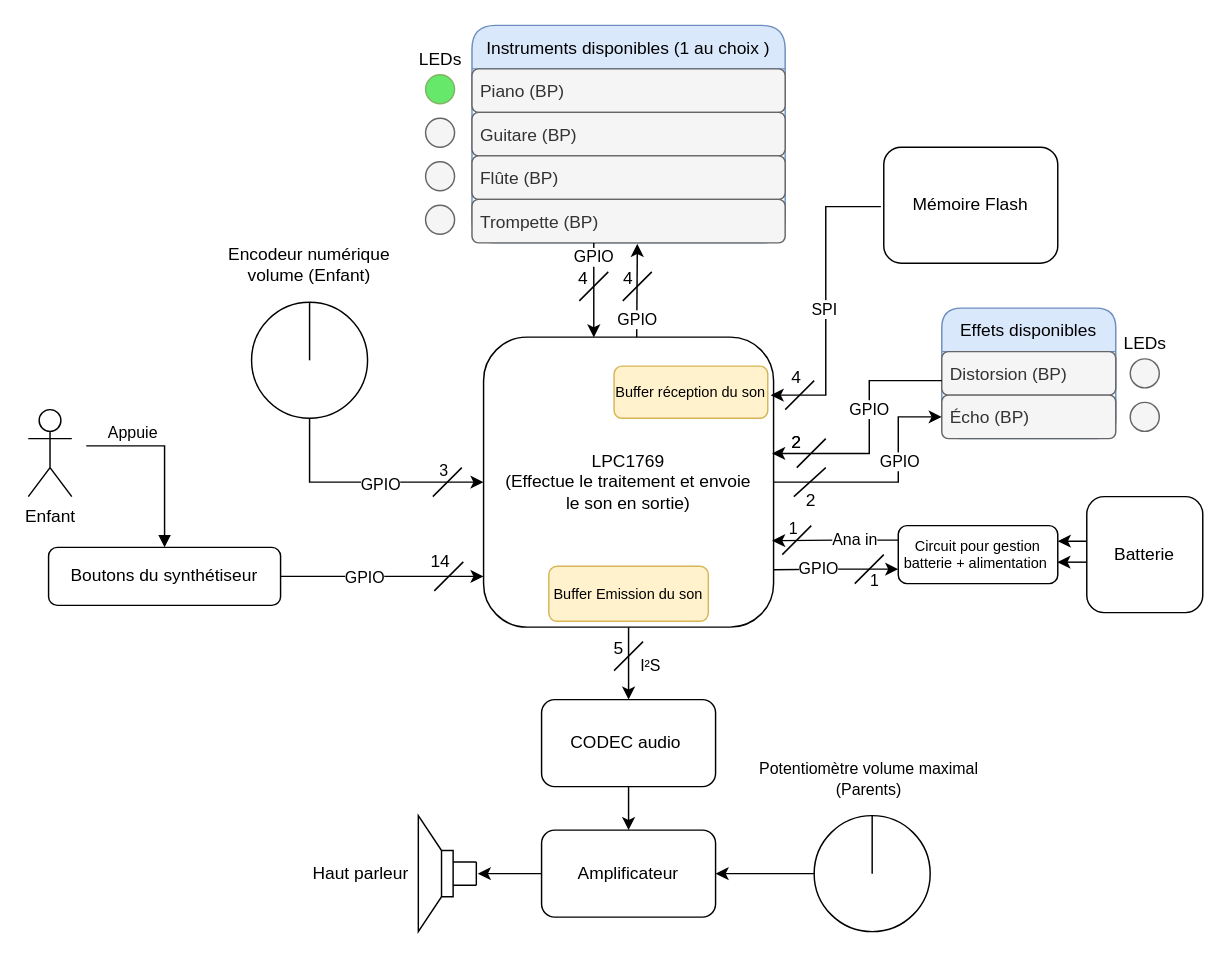
This is Schemas/Schema_fonctionnel.drawio from Ithoh/ProjetSynthe, a draw.io file, before an edit. Source tidied: cells renumbered, new cells numbered last; positions are measured from the earlier drawing's top-left corner, leaving out a move shared by most shapes. Both pictures are drawn from the tidied source at 145%, with x=0, y=0 at pixel (28, 25).
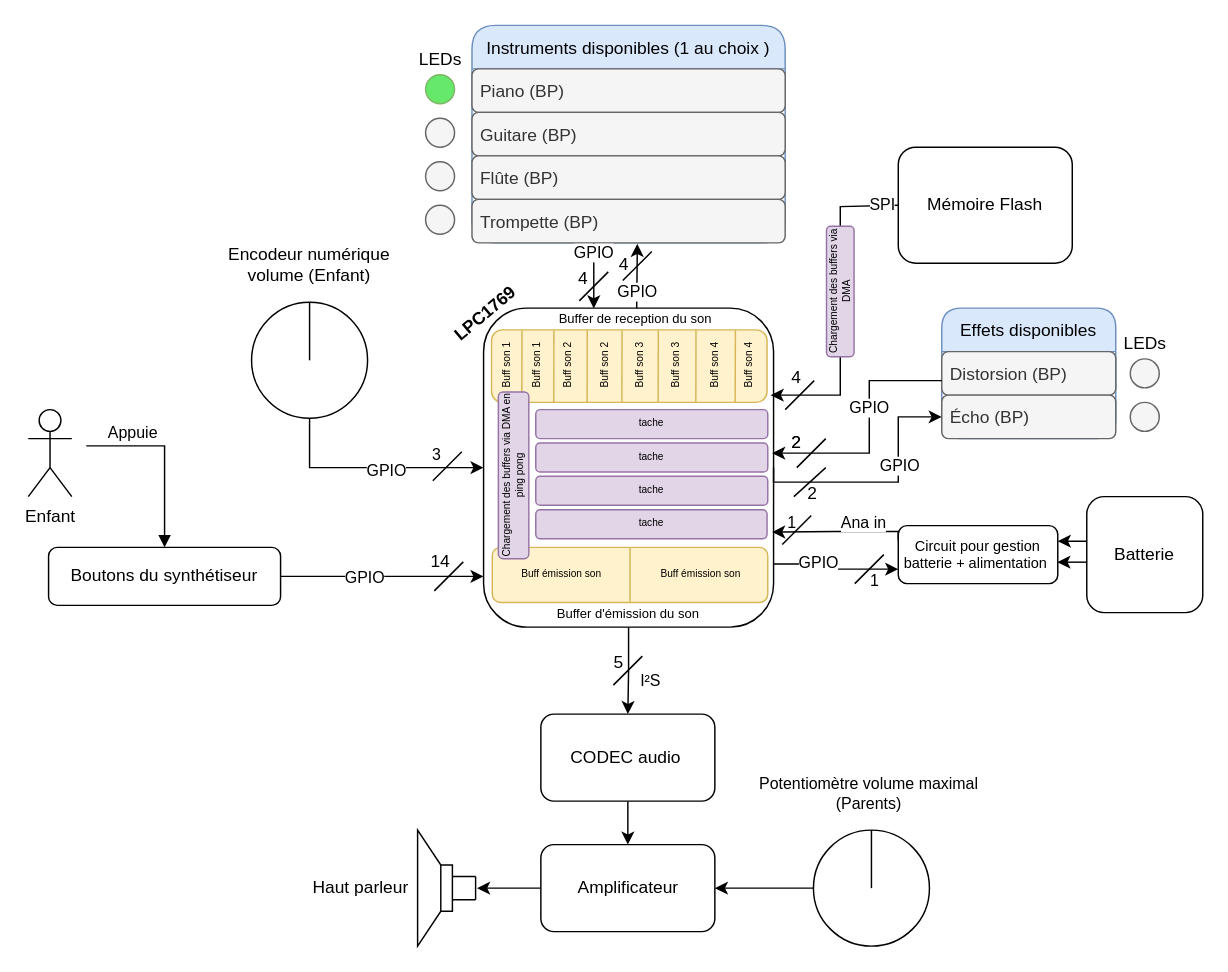
The same diagram, later.

The change refers to these unchanged cells:
```xml
<mxCell id="22" value="Distorsion (BP)" style="text;strokeColor=#666666;fillColor=#f5f5f5;align=left;verticalAlign=middle;spacingLeft=4;spacingRight=4;overflow=hidden;points=[[0,0.5],[1,0.5]];portConstraint=eastwest;rounded=1;fontColor=#333333;" parent="21" vertex="1">
  <mxGeometry y="30" width="120" height="30" as="geometry" />
</mxCell>
<mxCell id="36" style="endArrow=classic;html=1;rounded=0;exitX=0.528;exitY=0;exitDx=0;exitDy=0;exitPerimeter=0;entryX=0.528;entryY=1.022;entryDx=0;entryDy=0;entryPerimeter=0;" parent="1" edge="1" source="11" target="16">
  <mxGeometry relative="1" as="geometry" />
</mxCell>
<mxCell id="70" value="&lt;font size=&quot;1&quot;&gt;Circuit pour gestion batterie + alimentation&amp;nbsp;&lt;/font&gt;" style="rounded=1;whiteSpace=wrap;html=1;fontSize=6;" parent="1" vertex="1">
  <mxGeometry x="600" y="345" width="110" height="40" as="geometry" />
</mxCell>
```

The edit, as a diff of the source:
```diff
@@
     <mxCell id="3" style="ellipse;whiteSpace=wrap;html=1;fontSize=11;fillColor=none;" parent="1" vertex="1">
-      <mxGeometry x="542" y="545" width="80" height="80" as="geometry" />
+      <mxGeometry x="541.5" y="555" width="80" height="80" as="geometry" />
     </mxCell>
@@
-    <mxCell id="11" value="LPC1769&lt;br&gt;(Effectue le traitement et envoie&lt;br&gt;le son en sortie)" style="rounded=1;whiteSpace=wrap;html=1;align=center;" parent="1" vertex="1">
-      <mxGeometry x="314" y="215" width="200" height="200" as="geometry" />
+    <mxCell id="11" style="rounded=1;whiteSpace=wrap;html=1;align=center;" parent="1" vertex="1">
+      <mxGeometry x="314" y="195" width="200" height="220" as="geometry" />
     </mxCell>
@@
     <mxCell id="31" style="verticalLabelPosition=bottom;shadow=0;dashed=0;align=center;html=1;verticalAlign=top;shape=mxgraph.electrical.electro-mechanical.loudspeaker;rounded=1;sketch=0;rotation=0;direction=west;" parent="1" vertex="1">
-      <mxGeometry x="269" y="545" width="40" height="80" as="geometry" />
+      <mxGeometry x="268.5" y="555" width="40" height="80" as="geometry" />
     </mxCell>
@@
     <mxCell id="37" value="GPIO" style="edgeLabel;html=1;align=center;verticalAlign=middle;" parent="36" vertex="1">
-      <mxGeometry x="-0.6" relative="1" as="geometry" />
+      <mxGeometry x="-0.6" relative="1" as="geometry">
+        <mxPoint y="-3" as="offset" />
+      </mxGeometry>
     </mxCell>
     <mxCell id="38" style="endArrow=none;html=1;rounded=0;" parent="1" edge="1">
       <mxGeometry relative="1" as="geometry">
-        <mxPoint x="410" y="190" as="sourcePoint" />
-        <mxPoint x="430" y="170" as="targetPoint" />
+        <mxPoint x="410" y="176" as="sourcePoint" />
+        <mxPoint x="430" y="156" as="targetPoint" />
       </mxGeometry>
     </mxCell>
@@
-    <mxCell id="41" style="edgeStyle=orthogonalEdgeStyle;rounded=0;jettySize=auto;html=1;entryX=0.995;entryY=0.401;entryDx=0;entryDy=0;entryPerimeter=0;" parent="1" edge="1" source="22" target="11">
+    <mxCell id="41" style="edgeStyle=orthogonalEdgeStyle;rounded=0;jettySize=auto;html=1;" parent="1" edge="1" source="22">
       <mxGeometry relative="1" as="geometry">
+        <mxPoint x="513" y="295" as="targetPoint" />
         <Array as="points">
           <mxPoint x="580" y="245" />
           <mxPoint x="580" y="295" />
         </Array>
       </mxGeometry>
     </mxCell>
@@
     <mxCell id="47" value="4" style="text;html=1;strokeColor=none;fillColor=none;align=center;verticalAlign=middle;whiteSpace=wrap;rounded=0;" parent="1" vertex="1">
-      <mxGeometry x="411" y="170" width="6" height="10" as="geometry" />
+      <mxGeometry x="408" y="160" width="6" height="10" as="geometry" />
     </mxCell>
@@
     <mxCell id="50" value="2" style="text;html=1;strokeColor=none;fillColor=none;align=center;verticalAlign=middle;whiteSpace=wrap;rounded=0;" parent="1" vertex="1">
-      <mxGeometry x="532" y="320" width="16" height="15" as="geometry" />
+      <mxGeometry x="533" y="315" width="16" height="15" as="geometry" />
     </mxCell>
@@
     <mxCell id="54" value="CODEC audio&amp;nbsp;" style="rounded=1;whiteSpace=wrap;html=1;" parent="1" vertex="1">
-      <mxGeometry x="354" y="465" width="120" height="60" as="geometry" />
+      <mxGeometry x="353.5" y="475" width="120" height="60" as="geometry" />
     </mxCell>
     <mxCell id="55" style="edgeStyle=orthogonalEdgeStyle;rounded=0;jettySize=auto;html=1;startArrow=none;startFill=0;endArrow=classic;endFill=1;" parent="1" edge="1" source="56">
       <mxGeometry relative="1" as="geometry">
-        <mxPoint x="310" y="585" as="targetPoint" />
+        <mxPoint x="309.5" y="595" as="targetPoint" />
       </mxGeometry>
     </mxCell>
     <mxCell id="56" value="Amplificateur" style="rounded=1;whiteSpace=wrap;html=1;" parent="1" vertex="1">
-      <mxGeometry x="354" y="555" width="120" height="60" as="geometry" />
+      <mxGeometry x="353.5" y="565" width="120" height="60" as="geometry" />
     </mxCell>
     <mxCell id="57" value="Haut parleur" style="text;html=1;align=center;verticalAlign=middle;strokeColor=none;fillColor=none;" parent="1" vertex="1">
-      <mxGeometry x="189" y="575" width="80" height="20" as="geometry" />
+      <mxGeometry x="188.5" y="585" width="80" height="20" as="geometry" />
     </mxCell>
     <mxCell id="58" style="endArrow=none;html=1;rounded=0;" parent="1" edge="1">
       <mxGeometry relative="1" as="geometry">
-        <mxPoint x="404" y="445" as="sourcePoint" />
-        <mxPoint x="424" y="425" as="targetPoint" />
+        <mxPoint x="403.5" y="455" as="sourcePoint" />
+        <mxPoint x="423.5" y="435" as="targetPoint" />
       </mxGeometry>
     </mxCell>
     <mxCell id="59" value="5" style="text;html=1;strokeColor=none;fillColor=none;align=center;verticalAlign=middle;whiteSpace=wrap;rounded=0;" parent="1" vertex="1">
-      <mxGeometry x="404" y="425" width="7" height="10" as="geometry" />
+      <mxGeometry x="403.5" y="435" width="7" height="10" as="geometry" />
     </mxCell>
-    <mxCell id="60" style="edgeStyle=orthogonalEdgeStyle;rounded=0;orthogonalLoop=1;jettySize=auto;html=1;" parent="1" edge="1">
+    <mxCell id="60" style="edgeStyle=orthogonalEdgeStyle;rounded=0;jettySize=auto;html=1;exitX=0;exitY=0.5;exitDx=0;exitDy=0;" parent="1" edge="1" source="62">
       <mxGeometry relative="1" as="geometry">
-        <mxPoint x="588" y="125" as="sourcePoint" />
         <mxPoint x="512" y="255" as="targetPoint" />
         <Array as="points">
-          <mxPoint x="550" y="125" />
-          <mxPoint x="550" y="255" />
-          <mxPoint x="512" y="255" />
+          <mxPoint x="560" y="125" />
+          <mxPoint x="560" y="255" />
         </Array>
       </mxGeometry>
     </mxCell>
     <mxCell id="61" value="SPI" style="edgeLabel;html=1;align=center;verticalAlign=middle;" parent="60" vertex="1">
       <mxGeometry x="0.11" y="3" relative="1" as="geometry">
-        <mxPoint x="-5" y="-6" as="offset" />
+        <mxPoint x="25" y="-82" as="offset" />
       </mxGeometry>
     </mxCell>
     <mxCell id="62" value="Mémoire Flash" style="rounded=1;whiteSpace=wrap;html=1;" parent="1" vertex="1">
-      <mxGeometry x="590" y="84" width="120" height="80" as="geometry" />
+      <mxGeometry x="600" y="84" width="120" height="80" as="geometry" />
     </mxCell>
@@
     <mxCell id="67" value="Ana in" style="edgeStyle=orthogonalEdgeStyle;rounded=0;jettySize=auto;html=1;exitX=0;exitY=0.25;exitDx=0;exitDy=0;entryX=0.995;entryY=0.702;entryDx=0;entryDy=0;entryPerimeter=0;fontSize=11;endArrow=classic;endFill=1;" parent="1" edge="1" source="70" target="11">
-      <mxGeometry x="-0.31" relative="1" as="geometry" />
+      <mxGeometry x="-0.35" y="-6" relative="1" as="geometry">
+        <Array as="points">
+          <mxPoint x="600" y="349" />
+          <mxPoint x="557" y="349" />
+        </Array>
+      </mxGeometry>
     </mxCell>
@@
     <mxCell id="72" style="endArrow=none;html=1;rounded=0;fontSize=11;" parent="1" edge="1">
       <mxGeometry relative="1" as="geometry">
-        <mxPoint x="520" y="365" as="sourcePoint" />
-        <mxPoint x="540" y="345" as="targetPoint" />
+        <mxPoint x="520" y="358" as="sourcePoint" />
+        <mxPoint x="540" y="338" as="targetPoint" />
       </mxGeometry>
     </mxCell>
@@
     <mxCell id="74" value="1" style="text;html=1;strokeColor=none;fillColor=none;align=center;verticalAlign=middle;whiteSpace=wrap;rounded=0;fontSize=11;" parent="1" vertex="1">
-      <mxGeometry x="523" y="342" width="10" height="10" as="geometry" />
+      <mxGeometry x="522" y="338" width="10" height="10" as="geometry" />
     </mxCell>
@@
     <mxCell id="77" style="endArrow=none;html=1;rounded=0;fontSize=11;" parent="1" edge="1">
       <mxGeometry relative="1" as="geometry">
-        <mxPoint x="279" y="325" as="sourcePoint" />
-        <mxPoint x="299" y="305" as="targetPoint" />
+        <mxPoint x="279" y="314" as="sourcePoint" />
+        <mxPoint x="299" y="294" as="targetPoint" />
       </mxGeometry>
     </mxCell>
     <mxCell id="78" value="3" style="text;html=1;strokeColor=none;fillColor=none;align=center;verticalAlign=middle;whiteSpace=wrap;rounded=0;fontSize=11;" parent="1" vertex="1">
-      <mxGeometry x="284" y="299" width="6" height="15" as="geometry" />
+      <mxGeometry x="279" y="288" width="6" height="15" as="geometry" />
     </mxCell>
     <mxCell id="79" value="I²S" style="text;html=1;align=center;verticalAlign=middle;strokeColor=none;fillColor=none;fontSize=11;" parent="1" vertex="1">
-      <mxGeometry x="414" y="432" width="30" height="20" as="geometry" />
+      <mxGeometry x="413.5" y="442" width="30" height="20" as="geometry" />
     </mxCell>
     <mxCell id="80" style="endArrow=none;html=1;rounded=0;fontSize=11;entryX=0.5;entryY=0;entryDx=0;entryDy=0;" parent="1" edge="1" target="3">
       <mxGeometry relative="1" as="geometry">
-        <mxPoint x="582" y="585" as="sourcePoint" />
+        <mxPoint x="581.5" y="595" as="sourcePoint" />
       </mxGeometry>
     </mxCell>
+    <mxCell id="83" style="rounded=1;whiteSpace=wrap;html=1;fillColor=#fff2cc;strokeColor=#d6b656;" parent="1" vertex="1">
+      <mxGeometry x="319.5" y="210" width="190" height="50" as="geometry" />
+    </mxCell>
     <mxCell id="81" value="Potentiomètre volume maximal&lt;br&gt;(Parents)" style="text;html=1;strokeColor=none;fillColor=none;align=center;verticalAlign=middle;whiteSpace=wrap;rounded=0;fontSize=11;" parent="1" vertex="1">
-      <mxGeometry x="500" y="505" width="160" height="30" as="geometry" />
+      <mxGeometry x="499.5" y="515" width="160" height="30" as="geometry" />
     </mxCell>
-    <mxCell id="82" value="&lt;font style=&quot;font-size: 10px&quot;&gt;Buffer Emission du son&lt;/font&gt;" style="rounded=1;whiteSpace=wrap;html=1;fillColor=#fff2cc;strokeColor=#d6b656;" parent="1" vertex="1">
-      <mxGeometry x="359" y="373" width="110" height="38" as="geometry" />
+    <mxCell id="82" style="rounded=1;whiteSpace=wrap;html=1;fillColor=#fff2cc;strokeColor=#d6b656;" parent="1" vertex="1">
+      <mxGeometry x="320" y="360" width="190" height="38" as="geometry" />
     </mxCell>
-    <mxCell id="83" value="&lt;font style=&quot;font-size: 10px&quot;&gt;Buffer réception du son&lt;/font&gt;" style="rounded=1;whiteSpace=wrap;html=1;fillColor=#fff2cc;strokeColor=#d6b656;" parent="1" vertex="1">
-      <mxGeometry x="404" y="235" width="106" height="36" as="geometry" />
-    </mxCell>
+    <mxCell id="84" value="LPC1769" style="text;html=1;strokeColor=none;fillColor=none;align=center;verticalAlign=middle;whiteSpace=wrap;rounded=0;rotation=-40;fontStyle=1;" parent="1" vertex="1">
+      <mxGeometry x="283.2" y="191" width="64" height="15" as="geometry" />
+    </mxCell>
+    <mxCell id="85" value="Buffer de reception du son" style="text;html=1;strokeColor=none;fillColor=none;align=center;verticalAlign=middle;whiteSpace=wrap;rounded=0;fontSize=9;" parent="1" vertex="1">
+      <mxGeometry x="359" y="195" width="120" height="15" as="geometry" />
+    </mxCell>
+    <mxCell id="86" style="endArrow=none;html=1;rounded=0;fontSize=9;entryX=0.095;entryY=0.004;entryDx=0;entryDy=0;entryPerimeter=0;exitX=0.094;exitY=0.998;exitDx=0;exitDy=0;exitPerimeter=0;fillColor=#fff2cc;strokeColor=#d6b656;" parent="1" edge="1">
+      <mxGeometry relative="1" as="geometry">
+        <mxPoint x="340.4" y="259.9" as="sourcePoint" />
+        <mxPoint x="340.5" y="210.2" as="targetPoint" />
+      </mxGeometry>
+    </mxCell>
+    <mxCell id="87" style="endArrow=none;html=1;rounded=0;fontSize=9;entryX=0.095;entryY=0.004;entryDx=0;entryDy=0;entryPerimeter=0;exitX=0.094;exitY=0.998;exitDx=0;exitDy=0;exitPerimeter=0;fillColor=#fff2cc;strokeColor=#d6b656;" parent="1" edge="1">
+      <mxGeometry relative="1" as="geometry">
+        <mxPoint x="362.4" y="259.9" as="sourcePoint" />
+        <mxPoint x="362.5" y="210.2" as="targetPoint" />
+      </mxGeometry>
+    </mxCell>
+    <mxCell id="88" style="endArrow=none;html=1;rounded=0;fontSize=9;entryX=0.095;entryY=0.004;entryDx=0;entryDy=0;entryPerimeter=0;exitX=0.094;exitY=0.998;exitDx=0;exitDy=0;exitPerimeter=0;fillColor=#fff2cc;strokeColor=#d6b656;" parent="1" edge="1">
+      <mxGeometry relative="1" as="geometry">
+        <mxPoint x="385.4" y="259.9" as="sourcePoint" />
+        <mxPoint x="385.5" y="210.2" as="targetPoint" />
+      </mxGeometry>
+    </mxCell>
+    <mxCell id="89" style="endArrow=none;html=1;rounded=0;fontSize=9;entryX=0.095;entryY=0.004;entryDx=0;entryDy=0;entryPerimeter=0;exitX=0.094;exitY=0.998;exitDx=0;exitDy=0;exitPerimeter=0;fillColor=#fff2cc;strokeColor=#d6b656;" parent="1" edge="1">
+      <mxGeometry relative="1" as="geometry">
+        <mxPoint x="409.4" y="259.9" as="sourcePoint" />
+        <mxPoint x="409.5" y="210.2" as="targetPoint" />
+      </mxGeometry>
+    </mxCell>
+    <mxCell id="90" style="endArrow=none;html=1;rounded=0;fontSize=9;entryX=0.095;entryY=0.004;entryDx=0;entryDy=0;entryPerimeter=0;exitX=0.094;exitY=0.998;exitDx=0;exitDy=0;exitPerimeter=0;fillColor=#fff2cc;strokeColor=#d6b656;" parent="1" edge="1">
+      <mxGeometry relative="1" as="geometry">
+        <mxPoint x="434.4" y="259.9" as="sourcePoint" />
+        <mxPoint x="434.5" y="210.2" as="targetPoint" />
+      </mxGeometry>
+    </mxCell>
+    <mxCell id="91" style="endArrow=none;html=1;rounded=0;fontSize=9;entryX=0.095;entryY=0.004;entryDx=0;entryDy=0;entryPerimeter=0;exitX=0.094;exitY=0.998;exitDx=0;exitDy=0;exitPerimeter=0;fillColor=#fff2cc;strokeColor=#d6b656;" parent="1" edge="1">
+      <mxGeometry relative="1" as="geometry">
+        <mxPoint x="460.4" y="259.9" as="sourcePoint" />
+        <mxPoint x="460.5" y="210.2" as="targetPoint" />
+      </mxGeometry>
+    </mxCell>
+    <mxCell id="92" style="endArrow=none;html=1;rounded=0;fontSize=9;entryX=0.095;entryY=0.004;entryDx=0;entryDy=0;entryPerimeter=0;exitX=0.094;exitY=0.998;exitDx=0;exitDy=0;exitPerimeter=0;fillColor=#fff2cc;strokeColor=#d6b656;" parent="1" edge="1">
+      <mxGeometry relative="1" as="geometry">
+        <mxPoint x="487.5" y="259.7" as="sourcePoint" />
+        <mxPoint x="487.7" y="210" as="targetPoint" />
+      </mxGeometry>
+    </mxCell>
+    <mxCell id="93" value="Buff son 1" style="text;html=1;strokeColor=none;fillColor=none;align=center;verticalAlign=middle;whiteSpace=wrap;rounded=0;fontSize=7;rotation=-90;" parent="1" vertex="1">
+      <mxGeometry x="312.5" y="230" width="36" height="10" as="geometry" />
+    </mxCell>
+    <mxCell id="94" value="Buff son 1" style="text;html=1;strokeColor=none;fillColor=none;align=center;verticalAlign=middle;whiteSpace=wrap;rounded=0;fontSize=7;rotation=-90;" parent="1" vertex="1">
+      <mxGeometry x="333.5" y="230" width="36" height="10" as="geometry" />
+    </mxCell>
+    <mxCell id="95" value="Buff son 2" style="text;html=1;strokeColor=none;fillColor=none;align=center;verticalAlign=middle;whiteSpace=wrap;rounded=0;fontSize=7;rotation=-90;" parent="1" vertex="1">
+      <mxGeometry x="354.5" y="230" width="36" height="10" as="geometry" />
+    </mxCell>
+    <mxCell id="96" value="Buff son 2" style="text;html=1;strokeColor=none;fillColor=none;align=center;verticalAlign=middle;whiteSpace=wrap;rounded=0;fontSize=7;rotation=-90;" parent="1" vertex="1">
+      <mxGeometry x="380.5" y="230" width="36" height="10" as="geometry" />
+    </mxCell>
+    <mxCell id="97" value="Buff son 3" style="text;html=1;strokeColor=none;fillColor=none;align=center;verticalAlign=middle;whiteSpace=wrap;rounded=0;fontSize=7;rotation=-90;" parent="1" vertex="1">
+      <mxGeometry x="404.5" y="230" width="36" height="10" as="geometry" />
+    </mxCell>
+    <mxCell id="98" value="Buff son 3" style="text;html=1;strokeColor=none;fillColor=none;align=center;verticalAlign=middle;whiteSpace=wrap;rounded=0;fontSize=7;rotation=-90;" parent="1" vertex="1">
+      <mxGeometry x="429.5" y="230" width="36" height="10" as="geometry" />
+    </mxCell>
+    <mxCell id="99" value="Buff son 4" style="text;html=1;strokeColor=none;fillColor=none;align=center;verticalAlign=middle;whiteSpace=wrap;rounded=0;fontSize=7;rotation=-90;" parent="1" vertex="1">
+      <mxGeometry x="456.5" y="230" width="36" height="10" as="geometry" />
+    </mxCell>
+    <mxCell id="100" value="Buff son 4" style="text;html=1;strokeColor=none;fillColor=none;align=center;verticalAlign=middle;whiteSpace=wrap;rounded=0;fontSize=7;rotation=-90;" parent="1" vertex="1">
+      <mxGeometry x="479.5" y="230" width="36" height="10" as="geometry" />
+    </mxCell>
+    <mxCell id="101" value="Chargement des buffers via DMA" style="rounded=1;whiteSpace=wrap;html=1;fontSize=7;rotation=-90;fillColor=#e1d5e7;strokeColor=#9673a6;" parent="1" vertex="1">
+      <mxGeometry x="515" y="174" width="90" height="19" as="geometry" />
+    </mxCell>
+    <mxCell id="102" value="Buffer d'émission du son" style="text;html=1;strokeColor=none;fillColor=none;align=center;verticalAlign=middle;whiteSpace=wrap;rounded=0;fontSize=9;" parent="1" vertex="1">
+      <mxGeometry x="354" y="398" width="120" height="15" as="geometry" />
+    </mxCell>
+    <mxCell id="103" style="endArrow=none;html=1;rounded=0;fontSize=7;exitX=0.5;exitY=1;exitDx=0;exitDy=0;entryX=0.5;entryY=0;entryDx=0;entryDy=0;fillColor=#fff2cc;strokeColor=#d6b656;" parent="1" edge="1" source="82" target="82">
+      <mxGeometry relative="1" as="geometry" />
+    </mxCell>
+    <mxCell id="104" value="Buff émission son" style="text;html=1;strokeColor=none;fillColor=none;align=center;verticalAlign=middle;whiteSpace=wrap;rounded=0;fontSize=7;" parent="1" vertex="1">
+      <mxGeometry x="333" y="374" width="70" height="10" as="geometry" />
+    </mxCell>
+    <mxCell id="105" value="Buff émission son" style="text;html=1;strokeColor=none;fillColor=none;align=center;verticalAlign=middle;whiteSpace=wrap;rounded=0;fontSize=7;" parent="1" vertex="1">
+      <mxGeometry x="429" y="374" width="70" height="10" as="geometry" />
+    </mxCell>
+    <mxCell id="106" value="Chargement des buffers via DMA en ping pong" style="rounded=1;whiteSpace=wrap;html=1;fontSize=7;fillColor=#e1d5e7;strokeColor=#9673a6;rotation=-90;" parent="1" vertex="1">
+      <mxGeometry x="277.2" y="299.8" width="115" height="21" as="geometry" />
+    </mxCell>
+    <mxCell id="107" value="tache" style="rounded=1;whiteSpace=wrap;html=1;fontSize=7;fillColor=#e1d5e7;strokeColor=#9673a6;" parent="1" vertex="1">
+      <mxGeometry x="350" y="265" width="160" height="20" as="geometry" />
+    </mxCell>
+    <mxCell id="108" value="tache" style="rounded=1;whiteSpace=wrap;html=1;fontSize=7;fillColor=#e1d5e7;strokeColor=#9673a6;" parent="1" vertex="1">
+      <mxGeometry x="350" y="288" width="160" height="20" as="geometry" />
+    </mxCell>
+    <mxCell id="109" value="tache" style="rounded=1;whiteSpace=wrap;html=1;fontSize=7;fillColor=#e1d5e7;strokeColor=#9673a6;" parent="1" vertex="1">
+      <mxGeometry x="350" y="311" width="160" height="20" as="geometry" />
+    </mxCell>
+    <mxCell id="110" value="tache" style="rounded=1;whiteSpace=wrap;html=1;fontSize=7;fillColor=#e1d5e7;strokeColor=#9673a6;" parent="1" vertex="1">
+      <mxGeometry x="350" y="334" width="159.5" height="20" as="geometry" />
+    </mxCell>
```
